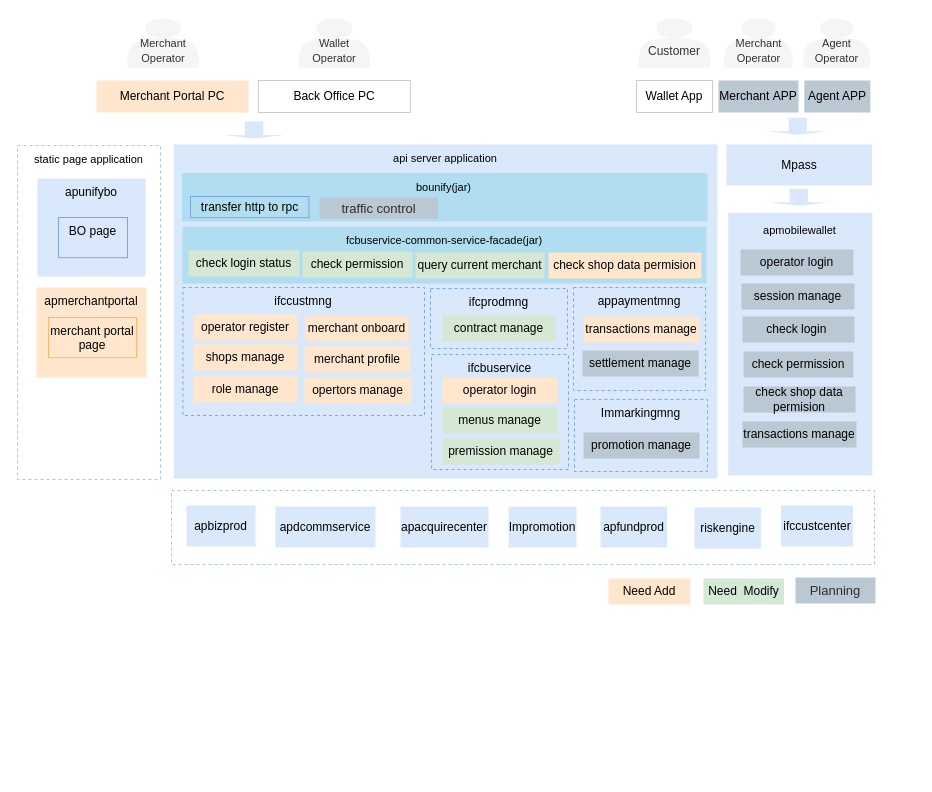
The draw.io diagram page "架构图" (1 of 5) of Merchant portal.drawio in renqiuming/drawio, before the edit. Source tidied: cells renumbered, new cells numbered last; positions are measured from the earlier drawing's top-left corner, leaving out a move shared by most shapes. Both pictures are drawn from the tidied source at 100%, with x=0, y=0 at pixel (17, 18).
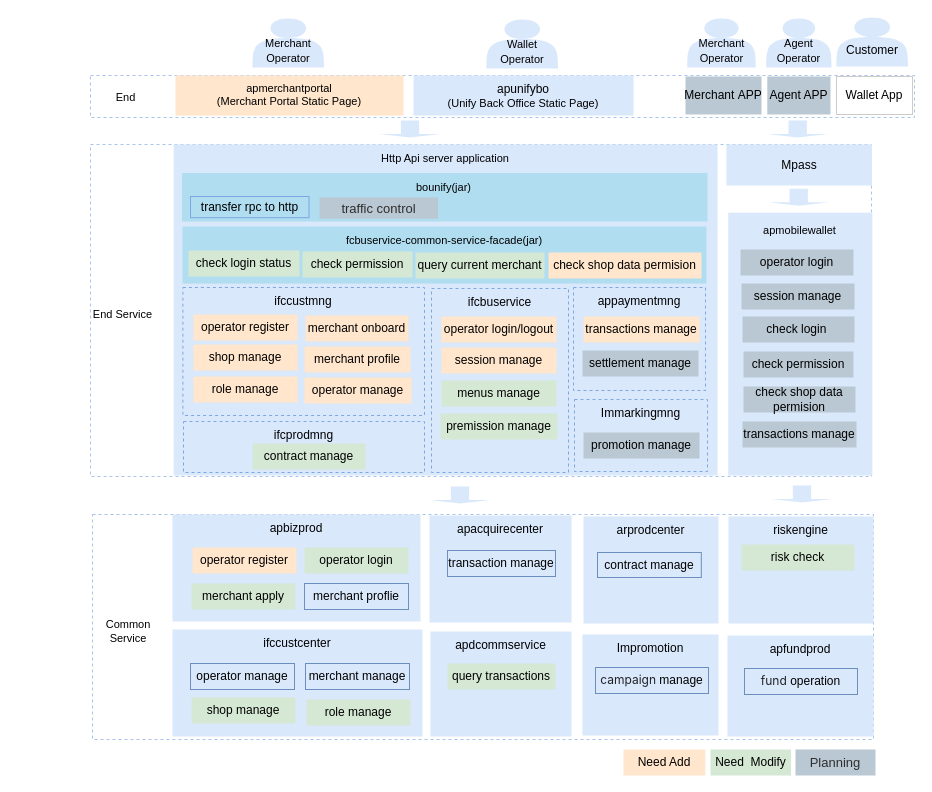
Above is the later version.

What changed in the source:
```diff
@@
+    <mxCell id="67" style="rounded=0;whiteSpace=wrap;html=1;dashed=1;fillColor=none;strokeColor=#A9C4EB;" parent="1" vertex="1">
+      <mxGeometry x="73" y="57" width="824" height="42" as="geometry" />
+    </mxCell>
+    <mxCell id="22" style="rounded=0;whiteSpace=wrap;html=1;dashed=1;fillColor=none;strokeColor=#A9C4EB;" parent="1" vertex="1">
+      <mxGeometry x="75" y="496" width="781" height="225" as="geometry" />
+    </mxCell>
+    <mxCell id="68" style="rounded=0;whiteSpace=wrap;html=1;dashed=1;fillColor=none;strokeColor=#A9C4EB;" parent="1" vertex="1">
+      <mxGeometry x="73" y="126" width="781" height="332" as="geometry" />
+    </mxCell>
-    <mxCell id="2" value="&lt;span style=&quot;font-size: 11px;&quot;&gt;api server application&lt;/span&gt;" style="rounded=0;whiteSpace=wrap;html=1;fillColor=#dae8fc;strokeColor=none;verticalAlign=top;" parent="1" vertex="1">
-      <mxGeometry x="156.2" y="126" width="543.8" height="334" as="geometry" />
+    <mxCell id="2" value="&lt;span style=&quot;font-size: 11px;&quot;&gt;Http Api server application&lt;/span&gt;" style="rounded=0;whiteSpace=wrap;html=1;fillColor=#dae8fc;strokeColor=none;verticalAlign=top;" parent="1" vertex="1">
+      <mxGeometry x="156.2" y="126" width="543.8" height="331" as="geometry" />
     </mxCell>
     <mxCell id="3" value="Merchant&amp;nbsp;APP" style="rounded=0;whiteSpace=wrap;html=1;fillColor=#bac8d3;strokeColor=none;" parent="1" vertex="1">
-      <mxGeometry x="701" y="62" width="80" height="32" as="geometry" />
+      <mxGeometry x="668" y="58" width="76" height="38" as="geometry" />
     </mxCell>
@@
     <mxCell id="9" value="ifcbuservice" style="rounded=0;whiteSpace=wrap;html=1;fillColor=none;strokeColor=#7EA6E0;dashed=1;verticalAlign=top;" parent="1" vertex="1">
-      <mxGeometry x="414" y="336" width="137" height="115" as="geometry" />
+      <mxGeometry x="414" y="270" width="137" height="184" as="geometry" />
     </mxCell>
-    <mxCell id="10" value="&lt;div style=&quot;text-align: start;&quot;&gt;&lt;span style=&quot;caret-color: rgb(46, 46, 46);&quot;&gt;Merchant Portal PC&lt;/span&gt;&lt;/div&gt;" style="rounded=0;whiteSpace=wrap;html=1;fillColor=#ffe6cc;strokeColor=none;" parent="1" vertex="1">
-      <mxGeometry x="79" y="62" width="152" height="32" as="geometry" />
+    <mxCell id="10" value="&lt;div style=&quot;font-size: 11px;&quot;&gt;&lt;font style=&quot;font-size: 11px;&quot;&gt;apmerchantportal&lt;br style=&quot;font-size: 11px;&quot;&gt;&lt;/font&gt;&lt;/div&gt;&lt;div style=&quot;font-size: 11px;&quot;&gt;&lt;font style=&quot;font-size: 11px;&quot;&gt;(Merchant Portal Static Page)&lt;/font&gt;&lt;br&gt;&lt;/div&gt;" style="rounded=0;whiteSpace=wrap;html=1;fillColor=#ffe6cc;strokeColor=none;verticalAlign=top;align=center;" parent="1" vertex="1">
+      <mxGeometry x="158" y="57" width="228" height="40" as="geometry" />
     </mxCell>
-    <mxCell id="11" value="&lt;font style=&quot;font-size: 11px;&quot;&gt;&lt;br style=&quot;font-size: 11px;&quot;&gt;Agent&lt;br&gt;Operator&lt;/font&gt;" style="shape=actor;whiteSpace=wrap;html=1;fillColor=#f5f5f5;strokeColor=none;fontColor=#333333;" parent="1" vertex="1">
-      <mxGeometry x="785.8" width="67" height="49" as="geometry" />
+    <mxCell id="11" value="&lt;font style=&quot;font-size: 11px;&quot;&gt;&lt;br style=&quot;font-size: 11px;&quot;&gt;Agent&lt;br&gt;Operator&lt;/font&gt;" style="shape=actor;whiteSpace=wrap;html=1;fillColor=#dae8fc;strokeColor=none;" parent="1" vertex="1">
+      <mxGeometry x="748.8" width="65.2" height="49" as="geometry" />
     </mxCell>
-    <mxCell id="12" value="&lt;div style=&quot;text-align: start;&quot;&gt;&lt;span style=&quot;font-size: 11px; text-align: center;&quot;&gt;static page application&lt;/span&gt;&lt;br&gt;&lt;/div&gt;" style="rounded=0;whiteSpace=wrap;html=1;fillColor=none;dashed=1;verticalAlign=top;horizontal=1;strokeColor=#A9C4EB;" parent="1" vertex="1">
-      <mxGeometry y="127" width="143" height="334" as="geometry" />
-    </mxCell>
@@
     <mxCell id="14" value="ifcprodmng" style="rounded=0;whiteSpace=wrap;html=1;fillColor=none;strokeColor=#7EA6E0;dashed=1;align=center;horizontal=1;verticalAlign=top;" parent="1" vertex="1">
-      <mxGeometry x="413" y="270" width="137" height="60" as="geometry" />
+      <mxGeometry x="166" y="403" width="241" height="51" as="geometry" />
     </mxCell>
     <mxCell id="15" value="Agent APP" style="rounded=0;whiteSpace=wrap;html=1;fillColor=#bac8d3;strokeColor=none;" parent="1" vertex="1">
-      <mxGeometry x="786.8" y="62" width="66" height="32" as="geometry" />
+      <mxGeometry x="749.8" y="58" width="63.2" height="38" as="geometry" />
     </mxCell>
-    <mxCell id="16" value="&lt;font style=&quot;font-size: 11px;&quot;&gt;&lt;br style=&quot;font-size: 11px;&quot;&gt;Merchant &lt;br&gt;Operator&lt;/font&gt;" style="shape=actor;whiteSpace=wrap;html=1;fillColor=#f5f5f5;strokeColor=none;fontColor=#333333;" parent="1" vertex="1">
-      <mxGeometry x="110" width="71.5" height="49" as="geometry" />
+    <mxCell id="16" value="&lt;font style=&quot;font-size: 11px;&quot;&gt;&lt;br style=&quot;font-size: 11px;&quot;&gt;Merchant &lt;br&gt;Operator&lt;/font&gt;" style="shape=actor;whiteSpace=wrap;html=1;fillColor=#dae8fc;strokeColor=none;" parent="1" vertex="1">
+      <mxGeometry x="235" width="71.5" height="49" as="geometry" />
     </mxCell>
-    <mxCell id="17" value="&lt;font style=&quot;font-size: 11px;&quot;&gt;&lt;br style=&quot;font-size: 11px;&quot;&gt;Merchant&lt;br&gt;Operator&lt;/font&gt;" style="shape=actor;whiteSpace=wrap;html=1;fillColor=#f5f5f5;strokeColor=none;fontColor=#333333;" parent="1" vertex="1">
-      <mxGeometry x="706.8" width="68.5" height="49" as="geometry" />
+    <mxCell id="17" value="&lt;font style=&quot;font-size: 11px;&quot;&gt;&lt;br style=&quot;font-size: 11px;&quot;&gt;Merchant&lt;br&gt;Operator&lt;/font&gt;" style="shape=actor;whiteSpace=wrap;html=1;fillColor=#dae8fc;strokeColor=none;" parent="1" vertex="1">
+      <mxGeometry x="669.8" width="68.5" height="49" as="geometry" />
     </mxCell>
-    <mxCell id="18" value="&lt;font style=&quot;font-size: 11px;&quot;&gt;&lt;br style=&quot;font-size: 11px;&quot;&gt;Wallet&lt;br&gt;Operator&lt;/font&gt;" style="shape=actor;whiteSpace=wrap;html=1;fillColor=#f5f5f5;strokeColor=none;fontColor=#333333;" parent="1" vertex="1">
-      <mxGeometry x="281.1" width="71.5" height="49" as="geometry" />
+    <mxCell id="18" value="&lt;font style=&quot;font-size: 11px;&quot;&gt;&lt;br style=&quot;font-size: 11px;&quot;&gt;Wallet&lt;br&gt;Operator&lt;/font&gt;" style="shape=actor;whiteSpace=wrap;html=1;fillColor=#dae8fc;strokeColor=none;" parent="1" vertex="1">
+      <mxGeometry x="469" y="1" width="71.5" height="49" as="geometry" />
     </mxCell>
-    <mxCell id="19" value="&lt;div style=&quot;text-align: start;&quot;&gt;&lt;span style=&quot;caret-color: rgb(46, 46, 46);&quot;&gt;Back Office PC&lt;/span&gt;&lt;/div&gt;" style="rounded=0;whiteSpace=wrap;html=1;fillColor=none;strokeColor=#CCCCCC;" parent="1" vertex="1">
-      <mxGeometry x="240.8" y="62" width="152" height="32" as="geometry" />
-    </mxCell>
     <mxCell id="20" value="Need&amp;nbsp; Modify" style="rounded=0;whiteSpace=wrap;html=1;fillColor=#d5e8d4;strokeColor=none;" parent="1" vertex="1">
-      <mxGeometry x="686" y="560" width="80.5" height="26" as="geometry" />
+      <mxGeometry x="693" y="731" width="80.5" height="26" as="geometry" />
     </mxCell>
     <mxCell id="21" value="&lt;div style=&quot;text-align: start;&quot;&gt;&lt;span style=&quot;background-color: initial; font-size: 13px; caret-color: rgb(46, 46, 46);&quot;&gt;&lt;font face=&quot;Hei&quot; color=&quot;#2e2e2e&quot;&gt;Planning&lt;/font&gt;&lt;/span&gt;&lt;/div&gt;" style="rounded=0;whiteSpace=wrap;html=1;fillColor=#bac8d3;strokeColor=none;" parent="1" vertex="1">
-      <mxGeometry x="778" y="559" width="80" height="26" as="geometry" />
+      <mxGeometry x="778" y="731" width="80" height="26" as="geometry" />
     </mxCell>
-    <mxCell id="22" style="rounded=0;whiteSpace=wrap;html=1;dashed=1;fillColor=none;strokeColor=#A9C4EB;" parent="1" vertex="1">
-      <mxGeometry x="154" y="472" width="703" height="74" as="geometry" />
-    </mxCell>
-    <mxCell id="23" value="apbizprod" style="rounded=0;whiteSpace=wrap;html=1;fillColor=#dae8fc;strokeColor=none;" parent="1" vertex="1">
-      <mxGeometry x="169" y="487" width="69" height="41" as="geometry" />
+    <mxCell id="23" value="apbizprod" style="rounded=0;whiteSpace=wrap;html=1;fillColor=#dae8fc;strokeColor=none;verticalAlign=top;" parent="1" vertex="1">
+      <mxGeometry x="155" y="496" width="248" height="107" as="geometry" />
     </mxCell>
-    <mxCell id="24" value="apdcommservice" style="rounded=0;whiteSpace=wrap;html=1;fillColor=#dae8fc;strokeColor=none;" parent="1" vertex="1">
-      <mxGeometry x="258" y="488" width="100" height="41" as="geometry" />
+    <mxCell id="24" value="apdcommservice" style="rounded=0;whiteSpace=wrap;html=1;fillColor=#dae8fc;strokeColor=none;verticalAlign=top;" parent="1" vertex="1">
+      <mxGeometry x="413" y="613" width="141" height="105" as="geometry" />
     </mxCell>
-    <mxCell id="25" value="&lt;div style=&quot;text-align: left;&quot;&gt;apacquirecenter&lt;/div&gt;" style="rounded=0;whiteSpace=wrap;html=1;fillColor=#dae8fc;strokeColor=none;" parent="1" vertex="1">
-      <mxGeometry x="383" y="488" width="88" height="41" as="geometry" />
+    <mxCell id="25" value="&lt;div style=&quot;text-align: left;&quot;&gt;apacquirecenter&lt;/div&gt;" style="rounded=0;whiteSpace=wrap;html=1;fillColor=#dae8fc;strokeColor=none;verticalAlign=top;" parent="1" vertex="1">
+      <mxGeometry x="412" y="497" width="142" height="107" as="geometry" />
     </mxCell>
-    <mxCell id="26" value="Impromotion" style="rounded=0;whiteSpace=wrap;html=1;fillColor=#dae8fc;strokeColor=none;" parent="1" vertex="1">
-      <mxGeometry x="491" y="488" width="68" height="41" as="geometry" />
+    <mxCell id="26" value="Impromotion" style="rounded=0;whiteSpace=wrap;html=1;fillColor=#dae8fc;strokeColor=none;verticalAlign=top;" parent="1" vertex="1">
+      <mxGeometry x="565" y="616" width="136" height="101" as="geometry" />
     </mxCell>
-    <mxCell id="27" value="apfundprod" style="rounded=0;whiteSpace=wrap;html=1;fillColor=#dae8fc;strokeColor=none;" parent="1" vertex="1">
-      <mxGeometry x="583" y="488" width="66.5" height="41" as="geometry" />
-    </mxCell>
-    <mxCell id="28" value="riskengine" style="rounded=0;whiteSpace=wrap;html=1;fillColor=#dae8fc;strokeColor=none;" parent="1" vertex="1">
-      <mxGeometry x="677" y="489" width="66.5" height="41" as="geometry" />
+    <mxCell id="28" value="riskengine" style="rounded=0;whiteSpace=wrap;html=1;fillColor=#dae8fc;strokeColor=none;verticalAlign=top;" parent="1" vertex="1">
+      <mxGeometry x="711" y="498" width="145" height="107" as="geometry" />
     </mxCell>
@@
-    <mxCell id="30" value="ifccustcenter" style="rounded=0;whiteSpace=wrap;html=1;fillColor=#dae8fc;strokeColor=none;" parent="1" vertex="1">
-      <mxGeometry x="763.5" y="487" width="72" height="41" as="geometry" />
+    <mxCell id="30" value="ifccustcenter" style="rounded=0;whiteSpace=wrap;html=1;fillColor=#dae8fc;strokeColor=none;verticalAlign=top;" parent="1" vertex="1">
+      <mxGeometry x="155" y="611" width="250" height="107" as="geometry" />
     </mxCell>
@@
-    <mxCell id="34" value="&lt;span style=&quot;text-align: start; caret-color: rgb(46, 46, 46);&quot;&gt;apunifybo&lt;/span&gt;" style="rounded=0;whiteSpace=wrap;html=1;fillColor=#dae8fc;verticalAlign=top;strokeColor=none;" parent="1" vertex="1">
-      <mxGeometry x="20" y="160" width="108" height="98" as="geometry" />
-    </mxCell>
-    <mxCell id="35" value="&lt;div style=&quot;&quot;&gt;&lt;span style=&quot;background-color: initial;&quot;&gt;apmerchantportal&lt;/span&gt;&lt;/div&gt;" style="rounded=0;whiteSpace=wrap;html=1;fillColor=#ffe6cc;strokeColor=none;align=center;verticalAlign=top;" parent="1" vertex="1">
-      <mxGeometry x="19" y="269" width="110" height="90" as="geometry" />
-    </mxCell>
-    <mxCell id="36" value="transfer http to rpc" style="rounded=0;whiteSpace=wrap;html=1;fillColor=none;strokeColor=#7EA6E0;" parent="1" vertex="1">
+    <mxCell id="36" value="transfer rpc to http" style="rounded=0;whiteSpace=wrap;html=1;fillColor=none;strokeColor=#7EA6E0;" parent="1" vertex="1">
       <mxGeometry x="173" y="178" width="118.5" height="21.2" as="geometry" />
     </mxCell>
@@
     <mxCell id="38" value="Need Add" style="rounded=0;whiteSpace=wrap;html=1;fillColor=#ffe6cc;strokeColor=none;" parent="1" vertex="1">
-      <mxGeometry x="591" y="560" width="81.8" height="26" as="geometry" />
+      <mxGeometry x="606" y="731" width="81.8" height="26" as="geometry" />
     </mxCell>
     <mxCell id="39" style="shape=singleArrow;direction=south;whiteSpace=wrap;html=1;strokeColor=none;fillColor=#dae8fc;" parent="1" vertex="1">
-      <mxGeometry x="206" y="103" width="61" height="17" as="geometry" />
+      <mxGeometry x="362" y="102" width="61" height="17" as="geometry" />
     </mxCell>
     <mxCell id="40" style="shape=singleArrow;direction=south;whiteSpace=wrap;html=1;strokeColor=none;fillColor=#dae8fc;" parent="1" vertex="1">
-      <mxGeometry x="749.7" y="99.2" width="61" height="17" as="geometry" />
+      <mxGeometry x="749.7" y="102" width="61" height="17" as="geometry" />
     </mxCell>
@@
-    <mxCell id="43" value="&lt;br&gt;Customer" style="shape=actor;whiteSpace=wrap;html=1;fillColor=#f5f5f5;strokeColor=none;fontColor=#333333;" parent="1" vertex="1">
-      <mxGeometry x="621.2" width="71.5" height="49" as="geometry" />
+    <mxCell id="43" value="&lt;br&gt;Customer" style="shape=actor;whiteSpace=wrap;html=1;fillColor=#dae8fc;strokeColor=none;" parent="1" vertex="1">
+      <mxGeometry x="819" y="-1" width="71.5" height="49" as="geometry" />
     </mxCell>
     <mxCell id="44" value="&lt;div style=&quot;text-align: start;&quot;&gt;&lt;span style=&quot;caret-color: rgb(46, 46, 46);&quot;&gt;Wallet App&lt;/span&gt;&lt;/div&gt;" style="rounded=0;whiteSpace=wrap;html=1;fillColor=none;strokeColor=#CCCCCC;" parent="1" vertex="1">
-      <mxGeometry x="619" y="62" width="76" height="32" as="geometry" />
+      <mxGeometry x="819" y="58" width="76" height="38" as="geometry" />
     </mxCell>
-    <mxCell id="45" value="merchant portal page" style="rounded=0;whiteSpace=wrap;html=1;fillColor=none;strokeColor=#FFB570;verticalAlign=top;" parent="1" vertex="1">
-      <mxGeometry x="31" y="299" width="88" height="40.2" as="geometry" />
-    </mxCell>
-    <mxCell id="46" value="BO page" style="rounded=0;whiteSpace=wrap;html=1;fillColor=none;strokeColor=#7EA6E0;verticalAlign=top;" parent="1" vertex="1">
-      <mxGeometry x="41" y="199" width="69" height="40.2" as="geometry" />
-    </mxCell>
@@
-    <mxCell id="48" value="operator login" style="rounded=0;whiteSpace=wrap;html=1;fillColor=#ffe6cc;strokeColor=none;" parent="1" vertex="1">
-      <mxGeometry x="425" y="359" width="115" height="26" as="geometry" />
+    <mxCell id="48" value="operator login/logout" style="rounded=0;whiteSpace=wrap;html=1;fillColor=#ffe6cc;strokeColor=none;" parent="1" vertex="1">
+      <mxGeometry x="424" y="298" width="115" height="26" as="geometry" />
     </mxCell>
@@
-    <mxCell id="51" value="shops manage" style="rounded=0;whiteSpace=wrap;html=1;fillColor=#ffe6cc;strokeColor=none;" parent="1" vertex="1">
+    <mxCell id="51" value="shop manage" style="rounded=0;whiteSpace=wrap;html=1;fillColor=#ffe6cc;strokeColor=none;" parent="1" vertex="1">
       <mxGeometry x="176" y="326" width="104" height="26" as="geometry" />
     </mxCell>
     <mxCell id="52" value="contract manage" style="rounded=0;whiteSpace=wrap;html=1;fillColor=#d5e8d4;strokeColor=none;" parent="1" vertex="1">
-      <mxGeometry x="425" y="297" width="113" height="26" as="geometry" />
+      <mxGeometry x="235" y="425" width="113" height="26" as="geometry" />
     </mxCell>
@@
-    <mxCell id="54" value="opertors manage" style="rounded=0;whiteSpace=wrap;html=1;fillColor=#ffe6cc;strokeColor=none;" parent="1" vertex="1">
+    <mxCell id="54" value="operator manage" style="rounded=0;whiteSpace=wrap;html=1;fillColor=#ffe6cc;strokeColor=none;" parent="1" vertex="1">
       <mxGeometry x="287" y="359" width="107" height="26" as="geometry" />
     </mxCell>
     <mxCell id="55" value="menus manage" style="rounded=0;whiteSpace=wrap;html=1;fillColor=#d5e8d4;strokeColor=none;" parent="1" vertex="1">
-      <mxGeometry x="425" y="389" width="115" height="26" as="geometry" />
+      <mxGeometry x="424" y="362" width="115" height="26" as="geometry" />
     </mxCell>
@@
     <mxCell id="66" value="premission manage" style="rounded=0;whiteSpace=wrap;html=1;fillColor=#d5e8d4;strokeColor=none;" parent="1" vertex="1">
-      <mxGeometry x="425" y="420" width="117" height="26" as="geometry" />
+      <mxGeometry x="423" y="395" width="117" height="26" as="geometry" />
     </mxCell>
+    <mxCell id="69" value="operator register" style="rounded=0;whiteSpace=wrap;html=1;fillColor=#ffe6cc;strokeColor=none;" parent="1" vertex="1">
+      <mxGeometry x="175" y="529" width="104" height="26" as="geometry" />
+    </mxCell>
+    <mxCell id="70" value="operator login" style="rounded=0;whiteSpace=wrap;html=1;fillColor=#d5e8d4;strokeColor=none;" parent="1" vertex="1">
+      <mxGeometry x="287" y="529" width="104" height="26" as="geometry" />
+    </mxCell>
+    <mxCell id="71" value="merchant apply" style="rounded=0;whiteSpace=wrap;html=1;fillColor=#d5e8d4;strokeColor=none;" parent="1" vertex="1">
+      <mxGeometry x="174" y="565" width="104" height="26" as="geometry" />
+    </mxCell>
+    <mxCell id="72" value="shop manage" style="rounded=0;whiteSpace=wrap;html=1;fillColor=#d5e8d4;strokeColor=none;" parent="1" vertex="1">
+      <mxGeometry x="174" y="679" width="104" height="26" as="geometry" />
+    </mxCell>
+    <mxCell id="73" value="role manage" style="rounded=0;whiteSpace=wrap;html=1;fillColor=#d5e8d4;strokeColor=none;" parent="1" vertex="1">
+      <mxGeometry x="289" y="681" width="104" height="26" as="geometry" />
+    </mxCell>
+    <mxCell id="74" value="operator manage" style="rounded=0;whiteSpace=wrap;html=1;fillColor=#dae8fc;strokeColor=#6c8ebf;" parent="1" vertex="1">
+      <mxGeometry x="173" y="645" width="104" height="26" as="geometry" />
+    </mxCell>
+    <mxCell id="75" value="merchant manage" style="rounded=0;whiteSpace=wrap;html=1;fillColor=#dae8fc;strokeColor=#6c8ebf;" parent="1" vertex="1">
+      <mxGeometry x="288" y="645" width="104" height="26" as="geometry" />
+    </mxCell>
+    <mxCell id="76" value="merchant proflie" style="rounded=0;whiteSpace=wrap;html=1;fillColor=#dae8fc;strokeColor=#6c8ebf;" parent="1" vertex="1">
+      <mxGeometry x="287" y="565" width="104" height="26" as="geometry" />
+    </mxCell>
+    <mxCell id="77" value="risk check" style="rounded=0;whiteSpace=wrap;html=1;fillColor=#d5e8d4;strokeColor=none;" parent="1" vertex="1">
+      <mxGeometry x="724" y="526" width="113" height="26" as="geometry" />
+    </mxCell>
+    <mxCell id="78" value="&lt;font style=&quot;font-size: 12px;&quot;&gt;&lt;span style=&quot;color: rgba(0, 0, 0, 0.85); font-family: -apple-system, &amp;quot;system-ui&amp;quot;, &amp;quot;Segoe UI&amp;quot;, &amp;quot;PingFang SC&amp;quot;, &amp;quot;Hiragino Sans GB&amp;quot;, &amp;quot;Microsoft YaHei&amp;quot;, &amp;quot;Helvetica Neue&amp;quot;, Helvetica, Arial, sans-serif, &amp;quot;Apple Color Emoji&amp;quot;, &amp;quot;Segoe UI Emoji&amp;quot;, &amp;quot;Segoe UI Symbol&amp;quot;; text-align: left;&quot;&gt;campaign&lt;/span&gt;&amp;nbsp;manage&lt;/font&gt;" style="rounded=0;whiteSpace=wrap;html=1;fillColor=#dae8fc;strokeColor=#6c8ebf;" parent="1" vertex="1">
+      <mxGeometry x="578" y="649" width="113" height="26" as="geometry" />
+    </mxCell>
+    <mxCell id="79" value="transaction manage" style="rounded=0;whiteSpace=wrap;html=1;fillColor=#dae8fc;strokeColor=#6c8ebf;" parent="1" vertex="1">
+      <mxGeometry x="430" y="532" width="108" height="26" as="geometry" />
+    </mxCell>
+    <mxCell id="80" value="query transactions" style="rounded=0;whiteSpace=wrap;html=1;fillColor=#d5e8d4;strokeColor=none;" parent="1" vertex="1">
+      <mxGeometry x="430" y="645" width="108" height="26" as="geometry" />
+    </mxCell>
+    <mxCell id="81" value="&lt;div style=&quot;text-align: left;&quot;&gt;arprodcenter&lt;/div&gt;" style="rounded=0;whiteSpace=wrap;html=1;fillColor=#dae8fc;strokeColor=none;verticalAlign=top;" parent="1" vertex="1">
+      <mxGeometry x="566" y="498" width="135" height="107" as="geometry" />
+    </mxCell>
+    <mxCell id="82" value="contract manage" style="rounded=0;whiteSpace=wrap;html=1;fillColor=#dae8fc;strokeColor=#6c8ebf;" parent="1" vertex="1">
+      <mxGeometry x="580" y="534" width="103.8" height="25" as="geometry" />
+    </mxCell>
+    <mxCell id="27" value="apfundprod" style="rounded=0;whiteSpace=wrap;html=1;fillColor=#dae8fc;strokeColor=none;verticalAlign=top;" parent="1" vertex="1">
+      <mxGeometry x="710" y="617" width="146" height="101" as="geometry" />
+    </mxCell>
+    <mxCell id="83" value="&lt;font style=&quot;font-size: 12px;&quot;&gt;&lt;span style=&quot;color: rgba(0, 0, 0, 0.85); font-family: -apple-system, &amp;quot;system-ui&amp;quot;, &amp;quot;Segoe UI&amp;quot;, &amp;quot;PingFang SC&amp;quot;, &amp;quot;Hiragino Sans GB&amp;quot;, &amp;quot;Microsoft YaHei&amp;quot;, &amp;quot;Helvetica Neue&amp;quot;, Helvetica, Arial, sans-serif, &amp;quot;Apple Color Emoji&amp;quot;, &amp;quot;Segoe UI Emoji&amp;quot;, &amp;quot;Segoe UI Symbol&amp;quot;; text-align: left;&quot;&gt;fund&lt;/span&gt;&amp;nbsp;operation&lt;/font&gt;" style="rounded=0;whiteSpace=wrap;html=1;fillColor=#dae8fc;strokeColor=#6c8ebf;" parent="1" vertex="1">
+      <mxGeometry x="727" y="650" width="113" height="26" as="geometry" />
+    </mxCell>
+    <mxCell id="84" value="session manage" style="rounded=0;whiteSpace=wrap;html=1;fillColor=#ffe6cc;strokeColor=none;" parent="1" vertex="1">
+      <mxGeometry x="424" y="329" width="115" height="26" as="geometry" />
+    </mxCell>
+    <mxCell id="85" value="&lt;div style=&quot;&quot;&gt;&lt;span style=&quot;&quot;&gt;apunifybo&lt;/span&gt;&lt;br&gt;&lt;/div&gt;&lt;div style=&quot;&quot;&gt;&lt;span style=&quot;font-size: 11px;&quot;&gt;(Unify Back Office Static Page)&lt;/span&gt;&lt;span style=&quot;&quot;&gt;&lt;br&gt;&lt;/span&gt;&lt;/div&gt;" style="rounded=0;whiteSpace=wrap;html=1;fillColor=#dae8fc;strokeColor=none;verticalAlign=top;align=center;" parent="1" vertex="1">
+      <mxGeometry x="396" y="57" width="220" height="40" as="geometry" />
+    </mxCell>
+    <mxCell id="86" style="shape=singleArrow;direction=south;whiteSpace=wrap;html=1;strokeColor=none;fillColor=#dae8fc;" parent="1" vertex="1">
+      <mxGeometry x="412" y="468" width="61" height="17" as="geometry" />
+    </mxCell>
+    <mxCell id="87" value="End Service" style="text;html=1;strokeColor=none;fillColor=none;align=center;verticalAlign=middle;whiteSpace=wrap;rounded=0;labelBackgroundColor=none;fontSize=11;" parent="1" vertex="1">
+      <mxGeometry x="73" y="256" width="65" height="80" as="geometry" />
+    </mxCell>
+    <mxCell id="88" value="Common&lt;br&gt;Service" style="text;html=1;strokeColor=none;fillColor=none;align=center;verticalAlign=middle;whiteSpace=wrap;rounded=0;labelBackgroundColor=none;fontSize=11;" parent="1" vertex="1">
+      <mxGeometry x="81" y="573" width="60" height="80" as="geometry" />
+    </mxCell>
+    <mxCell id="89" style="shape=singleArrow;direction=south;whiteSpace=wrap;html=1;strokeColor=none;fillColor=#dae8fc;" parent="1" vertex="1">
+      <mxGeometry x="754" y="467" width="61" height="17" as="geometry" />
+    </mxCell>
+    <mxCell id="90" value="End" style="text;html=1;strokeColor=none;fillColor=none;align=center;verticalAlign=middle;whiteSpace=wrap;rounded=0;labelBackgroundColor=none;fontSize=11;" parent="1" vertex="1">
+      <mxGeometry x="76" y="59" width="65" height="39" as="geometry" />
+    </mxCell>
```
